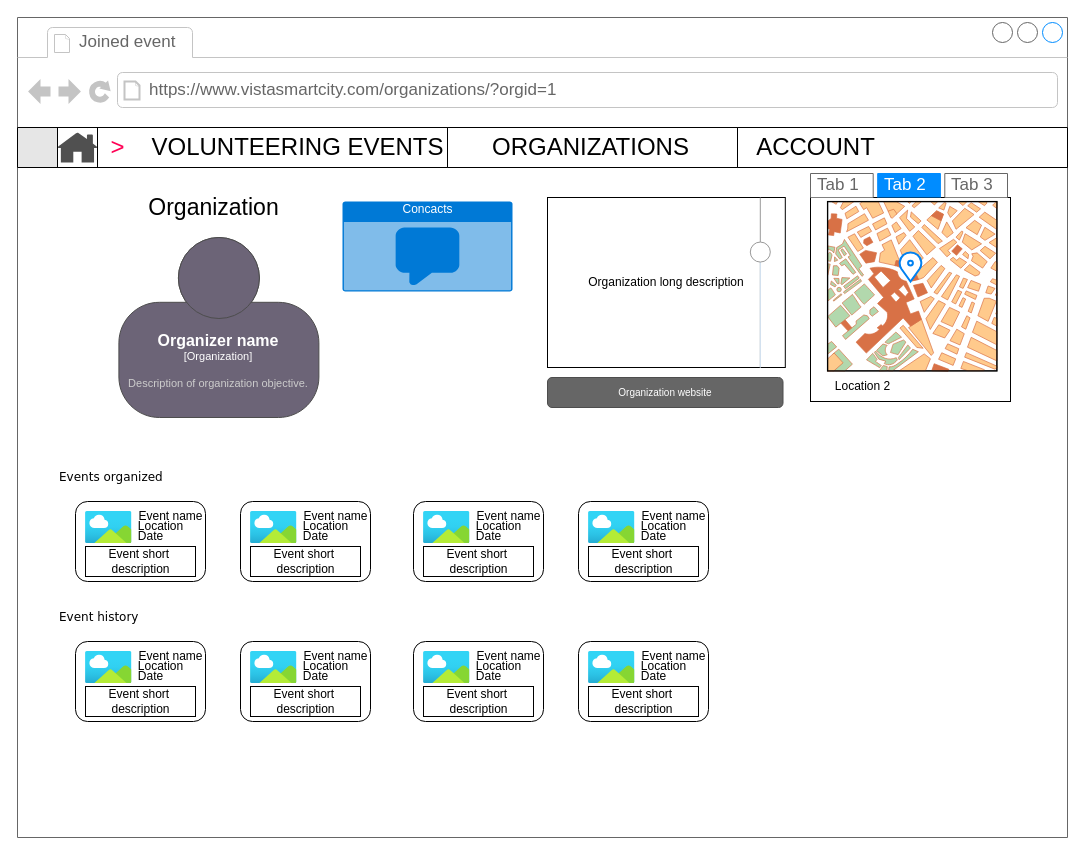
Before: project/organizationmockup.drawio in josura/HCI, a draw.io diagram. Source tidied: cells renumbered, new cells numbered last; positions are measured from the earlier drawing's top-left corner, leaving out a move shared by most shapes. Both pictures are drawn from the tidied source at 100%, with x=0, y=0 at pixel (17, 17). Pictures stored in the file or linked from it are replaced by grey dashed boxes.
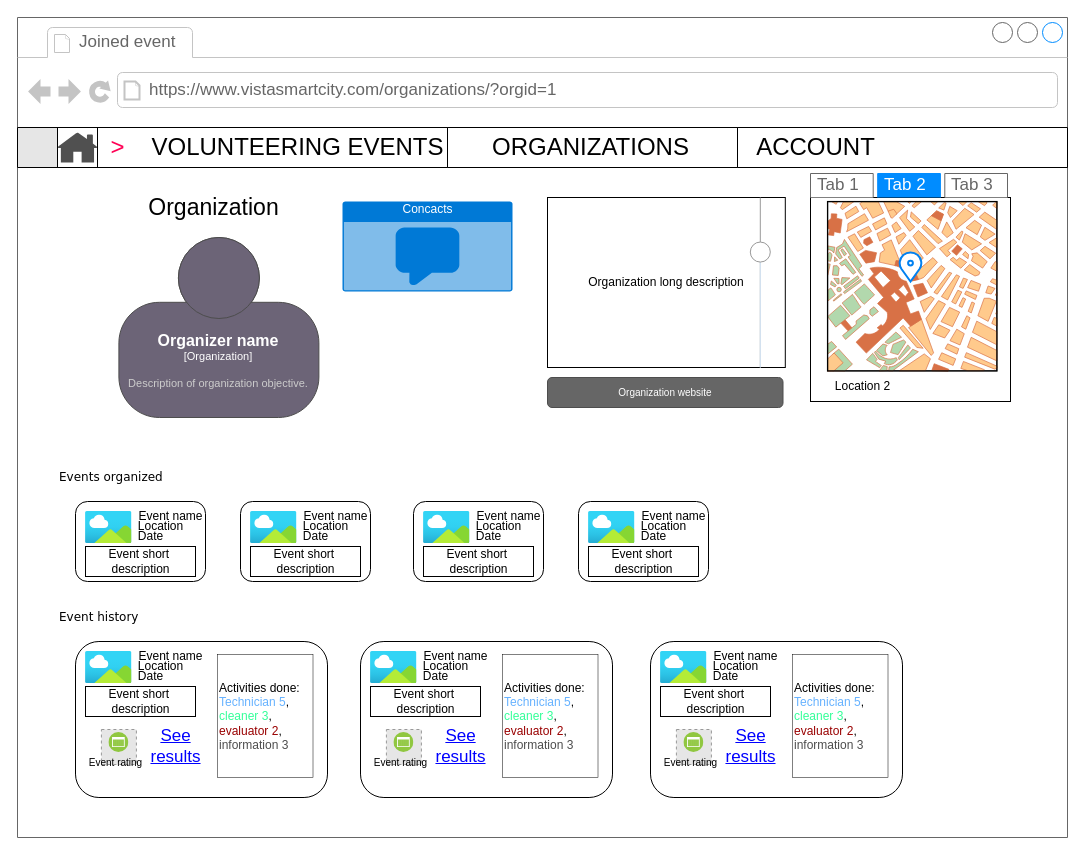
After the change.

The change refers to these unchanged cells:
```xml
<mxCell id="2" style="strokeWidth=1;shadow=0;dashed=0;align=center;html=1;shape=mxgraph.mockup.containers.browserWindow;rSize=0;strokeColor=#666666;mainText=,;rounded=0;labelBackgroundColor=none;fontFamily=Verdana;fontSize=12;" parent="1" vertex="1">
  <mxGeometry width="1050" height="820" as="geometry" />
</mxCell>
```

What changed in the source:
```diff
@@
     <mxCell id="49" style="rounded=1;whiteSpace=wrap;html=1;" parent="2" vertex="1">
-      <mxGeometry x="58" y="624" width="130" height="80" as="geometry" />
+      <mxGeometry x="58" y="624" width="252" height="156" as="geometry" />
     </mxCell>
@@
-    <mxCell id="56" style="rounded=1;whiteSpace=wrap;html=1;" parent="2" vertex="1">
-      <mxGeometry x="223" y="624" width="130" height="80" as="geometry" />
-    </mxCell>
-    <mxCell id="57" style="html=1;align=center;image;fontSize=12;image=img/lib/azure2/general/Image.svg;" parent="2" vertex="1">
-      <mxGeometry x="233" y="634" width="46.5" height="32" as="geometry" />
-    </mxCell>
-    <mxCell id="58" value="Event name" style="text;html=1;align=center;verticalAlign=middle;strokeColor=none;fillColor=none;" parent="2" vertex="1">
-      <mxGeometry x="273" y="624" width="90" height="30" as="geometry" />
-    </mxCell>
-    <mxCell id="59" value="Location" style="text;html=1;align=center;verticalAlign=middle;strokeColor=none;fillColor=none;" parent="2" vertex="1">
-      <mxGeometry x="273" y="634" width="70" height="30" as="geometry" />
-    </mxCell>
-    <mxCell id="60" value="Date" style="text;html=1;align=center;verticalAlign=middle;strokeColor=none;fillColor=none;" parent="2" vertex="1">
-      <mxGeometry x="273" y="644" width="50" height="30" as="geometry" />
-    </mxCell>
-    <mxCell id="61" style="rounded=0;whiteSpace=wrap;html=1;" parent="2" vertex="1">
-      <mxGeometry x="233" y="669" width="110" height="30" as="geometry" />
-    </mxCell>
-    <mxCell id="62" value="Event short&amp;nbsp;&lt;br&gt;description" style="text;html=1;align=center;verticalAlign=middle;strokeColor=none;fillColor=none;" parent="2" vertex="1">
-      <mxGeometry x="243" y="664" width="90" height="40" as="geometry" />
-    </mxCell>
-    <mxCell id="63" style="rounded=1;whiteSpace=wrap;html=1;" parent="2" vertex="1">
-      <mxGeometry x="396" y="624" width="130" height="80" as="geometry" />
-    </mxCell>
-    <mxCell id="64" style="html=1;align=center;image;fontSize=12;image=img/lib/azure2/general/Image.svg;" parent="2" vertex="1">
-      <mxGeometry x="406" y="634" width="46.5" height="32" as="geometry" />
-    </mxCell>
-    <mxCell id="65" value="Event name" style="text;html=1;align=center;verticalAlign=middle;strokeColor=none;fillColor=none;" parent="2" vertex="1">
-      <mxGeometry x="446" y="624" width="90" height="30" as="geometry" />
-    </mxCell>
-    <mxCell id="66" value="Location" style="text;html=1;align=center;verticalAlign=middle;strokeColor=none;fillColor=none;" parent="2" vertex="1">
-      <mxGeometry x="446" y="634" width="70" height="30" as="geometry" />
-    </mxCell>
-    <mxCell id="67" value="Date" style="text;html=1;align=center;verticalAlign=middle;strokeColor=none;fillColor=none;" parent="2" vertex="1">
-      <mxGeometry x="446" y="644" width="50" height="30" as="geometry" />
-    </mxCell>
-    <mxCell id="68" style="rounded=0;whiteSpace=wrap;html=1;" parent="2" vertex="1">
-      <mxGeometry x="406" y="669" width="110" height="30" as="geometry" />
-    </mxCell>
-    <mxCell id="69" value="Event short&amp;nbsp;&lt;br&gt;description" style="text;html=1;align=center;verticalAlign=middle;strokeColor=none;fillColor=none;" parent="2" vertex="1">
-      <mxGeometry x="416" y="664" width="90" height="40" as="geometry" />
-    </mxCell>
-    <mxCell id="70" style="rounded=1;whiteSpace=wrap;html=1;" parent="2" vertex="1">
-      <mxGeometry x="561" y="624" width="130" height="80" as="geometry" />
-    </mxCell>
-    <mxCell id="71" style="html=1;align=center;image;fontSize=12;image=img/lib/azure2/general/Image.svg;" parent="2" vertex="1">
-      <mxGeometry x="571" y="634" width="46.5" height="32" as="geometry" />
-    </mxCell>
-    <mxCell id="72" value="Event name" style="text;html=1;align=center;verticalAlign=middle;strokeColor=none;fillColor=none;" parent="2" vertex="1">
-      <mxGeometry x="611" y="624" width="90" height="30" as="geometry" />
-    </mxCell>
-    <mxCell id="73" value="Location" style="text;html=1;align=center;verticalAlign=middle;strokeColor=none;fillColor=none;" parent="2" vertex="1">
-      <mxGeometry x="611" y="634" width="70" height="30" as="geometry" />
-    </mxCell>
-    <mxCell id="74" value="Date" style="text;html=1;align=center;verticalAlign=middle;strokeColor=none;fillColor=none;" parent="2" vertex="1">
-      <mxGeometry x="611" y="644" width="50" height="30" as="geometry" />
-    </mxCell>
-    <mxCell id="75" style="rounded=0;whiteSpace=wrap;html=1;" parent="2" vertex="1">
-      <mxGeometry x="571" y="669" width="110" height="30" as="geometry" />
-    </mxCell>
-    <mxCell id="76" value="Event short&amp;nbsp;&lt;br&gt;description" style="text;html=1;align=center;verticalAlign=middle;strokeColor=none;fillColor=none;" parent="2" vertex="1">
-      <mxGeometry x="581" y="664" width="90" height="40" as="geometry" />
-    </mxCell>
+    <mxCell id="88" style="fillColor=#E6E6E6;strokeColor=#999999;dashed=1;html=1;verticalAlign=top;verticalLabelPosition=bottom;labelBackgroundColor=#ffffff;" parent="2" vertex="1">
+      <mxGeometry x="83.9" y="712" width="35" height="35" as="geometry" />
+    </mxCell>
+    <mxCell id="89" value="Event rating" style="text;html=1;align=center;verticalAlign=middle;strokeColor=none;fillColor=none;fontSize=10;" parent="2" vertex="1">
+      <mxGeometry x="58" y="730" width="80" height="30" as="geometry" />
+    </mxCell>
+    <mxCell id="90" style="perimeter=ellipsePerimeter;html=1;align=center;shadow=0;dashed=0;fontColor=#4277BB;labelBackgroundColor=#ffffff;fontSize=12;spacingTop=3;image;image=img/lib/ibm/blockchain/event.svg;" parent="2" vertex="1">
+      <mxGeometry x="91.4" y="715" width="20" height="20" as="geometry" />
+    </mxCell>
+    <mxCell id="91" value="Activities done: &lt;font color=&quot;#66b2ff&quot;&gt;Technician 5&lt;/font&gt;, &lt;br&gt;&lt;font color=&quot;#33ff99&quot;&gt;cleaner 3&lt;/font&gt;, &lt;br&gt;&lt;font color=&quot;#990000&quot;&gt;evaluator 2&lt;/font&gt;, &lt;br&gt;&lt;font color=&quot;#4d4d4d&quot;&gt;information 3&lt;/font&gt;" style="rounded=0;whiteSpace=wrap;html=1;strokeWidth=0.5;align=left;" parent="2" vertex="1">
+      <mxGeometry x="200" y="637" width="95.5" height="123" as="geometry" />
+    </mxCell>
+    <mxCell id="92" value="See &lt;br&gt;results" style="shape=rectangle;strokeColor=none;fillColor=none;linkText=;fontSize=17;fontColor=#0000ff;fontStyle=4;html=1;align=center;" parent="2" vertex="1">
+      <mxGeometry x="128" y="704" width="60" height="50" as="geometry" />
+    </mxCell>
+    <mxCell id="93" style="rounded=1;whiteSpace=wrap;html=1;" parent="2" vertex="1">
+      <mxGeometry x="343" y="624" width="252" height="156" as="geometry" />
+    </mxCell>
+    <mxCell id="94" style="html=1;align=center;image;fontSize=12;image=img/lib/azure2/general/Image.svg;" parent="2" vertex="1">
+      <mxGeometry x="353" y="634" width="46.5" height="32" as="geometry" />
+    </mxCell>
+    <mxCell id="95" value="Event name" style="text;html=1;align=center;verticalAlign=middle;strokeColor=none;fillColor=none;" parent="2" vertex="1">
+      <mxGeometry x="393" y="624" width="90" height="30" as="geometry" />
+    </mxCell>
+    <mxCell id="96" value="Location" style="text;html=1;align=center;verticalAlign=middle;strokeColor=none;fillColor=none;" parent="2" vertex="1">
+      <mxGeometry x="393" y="634" width="70" height="30" as="geometry" />
+    </mxCell>
+    <mxCell id="97" value="Date" style="text;html=1;align=center;verticalAlign=middle;strokeColor=none;fillColor=none;" parent="2" vertex="1">
+      <mxGeometry x="393" y="644" width="50" height="30" as="geometry" />
+    </mxCell>
+    <mxCell id="98" style="rounded=0;whiteSpace=wrap;html=1;" parent="2" vertex="1">
+      <mxGeometry x="353" y="669" width="110" height="30" as="geometry" />
+    </mxCell>
+    <mxCell id="99" value="Event short&amp;nbsp;&lt;br&gt;description" style="text;html=1;align=center;verticalAlign=middle;strokeColor=none;fillColor=none;" parent="2" vertex="1">
+      <mxGeometry x="363" y="664" width="90" height="40" as="geometry" />
+    </mxCell>
+    <mxCell id="100" style="fillColor=#E6E6E6;strokeColor=#999999;dashed=1;html=1;verticalAlign=top;verticalLabelPosition=bottom;labelBackgroundColor=#ffffff;" parent="2" vertex="1">
+      <mxGeometry x="368.9" y="712" width="35" height="35" as="geometry" />
+    </mxCell>
+    <mxCell id="101" value="Event rating" style="text;html=1;align=center;verticalAlign=middle;strokeColor=none;fillColor=none;fontSize=10;" parent="2" vertex="1">
+      <mxGeometry x="343" y="730" width="80" height="30" as="geometry" />
+    </mxCell>
+    <mxCell id="102" style="perimeter=ellipsePerimeter;html=1;align=center;shadow=0;dashed=0;fontColor=#4277BB;labelBackgroundColor=#ffffff;fontSize=12;spacingTop=3;image;image=img/lib/ibm/blockchain/event.svg;" parent="2" vertex="1">
+      <mxGeometry x="376.4" y="715" width="20" height="20" as="geometry" />
+    </mxCell>
+    <mxCell id="103" value="Activities done: &lt;font color=&quot;#66b2ff&quot;&gt;Technician 5&lt;/font&gt;, &lt;br&gt;&lt;font color=&quot;#33ff99&quot;&gt;cleaner 3&lt;/font&gt;, &lt;br&gt;&lt;font color=&quot;#990000&quot;&gt;evaluator 2&lt;/font&gt;, &lt;br&gt;&lt;font color=&quot;#4d4d4d&quot;&gt;information 3&lt;/font&gt;" style="rounded=0;whiteSpace=wrap;html=1;strokeWidth=0.5;align=left;" parent="2" vertex="1">
+      <mxGeometry x="485" y="637" width="95.5" height="123" as="geometry" />
+    </mxCell>
+    <mxCell id="104" value="See &lt;br&gt;results" style="shape=rectangle;strokeColor=none;fillColor=none;linkText=;fontSize=17;fontColor=#0000ff;fontStyle=4;html=1;align=center;" parent="2" vertex="1">
+      <mxGeometry x="413" y="704" width="60" height="50" as="geometry" />
+    </mxCell>
+    <mxCell id="105" style="rounded=1;whiteSpace=wrap;html=1;" parent="2" vertex="1">
+      <mxGeometry x="633" y="624" width="252" height="156" as="geometry" />
+    </mxCell>
+    <mxCell id="106" style="html=1;align=center;image;fontSize=12;image=img/lib/azure2/general/Image.svg;" parent="2" vertex="1">
+      <mxGeometry x="643" y="634" width="46.5" height="32" as="geometry" />
+    </mxCell>
+    <mxCell id="107" value="Event name" style="text;html=1;align=center;verticalAlign=middle;strokeColor=none;fillColor=none;" parent="2" vertex="1">
+      <mxGeometry x="683" y="624" width="90" height="30" as="geometry" />
+    </mxCell>
+    <mxCell id="108" value="Location" style="text;html=1;align=center;verticalAlign=middle;strokeColor=none;fillColor=none;" parent="2" vertex="1">
+      <mxGeometry x="683" y="634" width="70" height="30" as="geometry" />
+    </mxCell>
+    <mxCell id="109" value="Date" style="text;html=1;align=center;verticalAlign=middle;strokeColor=none;fillColor=none;" parent="2" vertex="1">
+      <mxGeometry x="683" y="644" width="50" height="30" as="geometry" />
+    </mxCell>
+    <mxCell id="110" style="rounded=0;whiteSpace=wrap;html=1;" parent="2" vertex="1">
+      <mxGeometry x="643" y="669" width="110" height="30" as="geometry" />
+    </mxCell>
+    <mxCell id="111" value="Event short&amp;nbsp;&lt;br&gt;description" style="text;html=1;align=center;verticalAlign=middle;strokeColor=none;fillColor=none;" parent="2" vertex="1">
+      <mxGeometry x="653" y="664" width="90" height="40" as="geometry" />
+    </mxCell>
+    <mxCell id="112" style="fillColor=#E6E6E6;strokeColor=#999999;dashed=1;html=1;verticalAlign=top;verticalLabelPosition=bottom;labelBackgroundColor=#ffffff;" parent="2" vertex="1">
+      <mxGeometry x="658.9" y="712" width="35" height="35" as="geometry" />
+    </mxCell>
+    <mxCell id="113" value="Event rating" style="text;html=1;align=center;verticalAlign=middle;strokeColor=none;fillColor=none;fontSize=10;" parent="2" vertex="1">
+      <mxGeometry x="633" y="730" width="80" height="30" as="geometry" />
+    </mxCell>
+    <mxCell id="114" style="perimeter=ellipsePerimeter;html=1;align=center;shadow=0;dashed=0;fontColor=#4277BB;labelBackgroundColor=#ffffff;fontSize=12;spacingTop=3;image;image=img/lib/ibm/blockchain/event.svg;" parent="2" vertex="1">
+      <mxGeometry x="666.4" y="715" width="20" height="20" as="geometry" />
+    </mxCell>
+    <mxCell id="115" value="Activities done: &lt;font color=&quot;#66b2ff&quot;&gt;Technician 5&lt;/font&gt;, &lt;br&gt;&lt;font color=&quot;#33ff99&quot;&gt;cleaner 3&lt;/font&gt;, &lt;br&gt;&lt;font color=&quot;#990000&quot;&gt;evaluator 2&lt;/font&gt;, &lt;br&gt;&lt;font color=&quot;#4d4d4d&quot;&gt;information 3&lt;/font&gt;" style="rounded=0;whiteSpace=wrap;html=1;strokeWidth=0.5;align=left;" parent="2" vertex="1">
+      <mxGeometry x="775" y="637" width="95.5" height="123" as="geometry" />
+    </mxCell>
+    <mxCell id="116" value="See &lt;br&gt;results" style="shape=rectangle;strokeColor=none;fillColor=none;linkText=;fontSize=17;fontColor=#0000ff;fontStyle=4;html=1;align=center;" parent="2" vertex="1">
+      <mxGeometry x="703" y="704" width="60" height="50" as="geometry" />
+    </mxCell>
```
